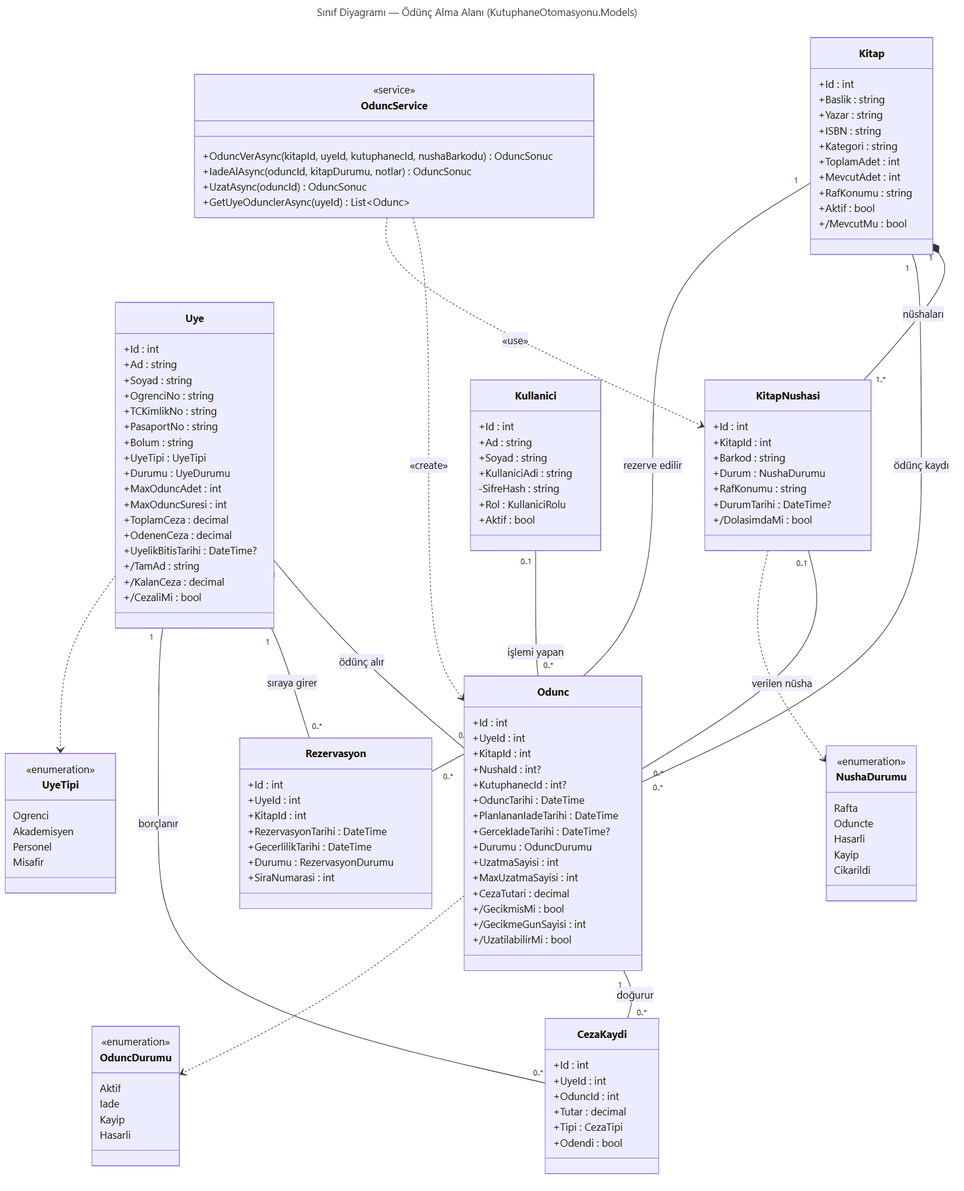
The Mermaid diagram docs/uml/1-sinif-diyagrami.png in sudenurozturkk/KutuphaneOtomasyonu, before a commit. Its source is kept beside it as docs/uml/1-sinif-diyagrami.mmd.
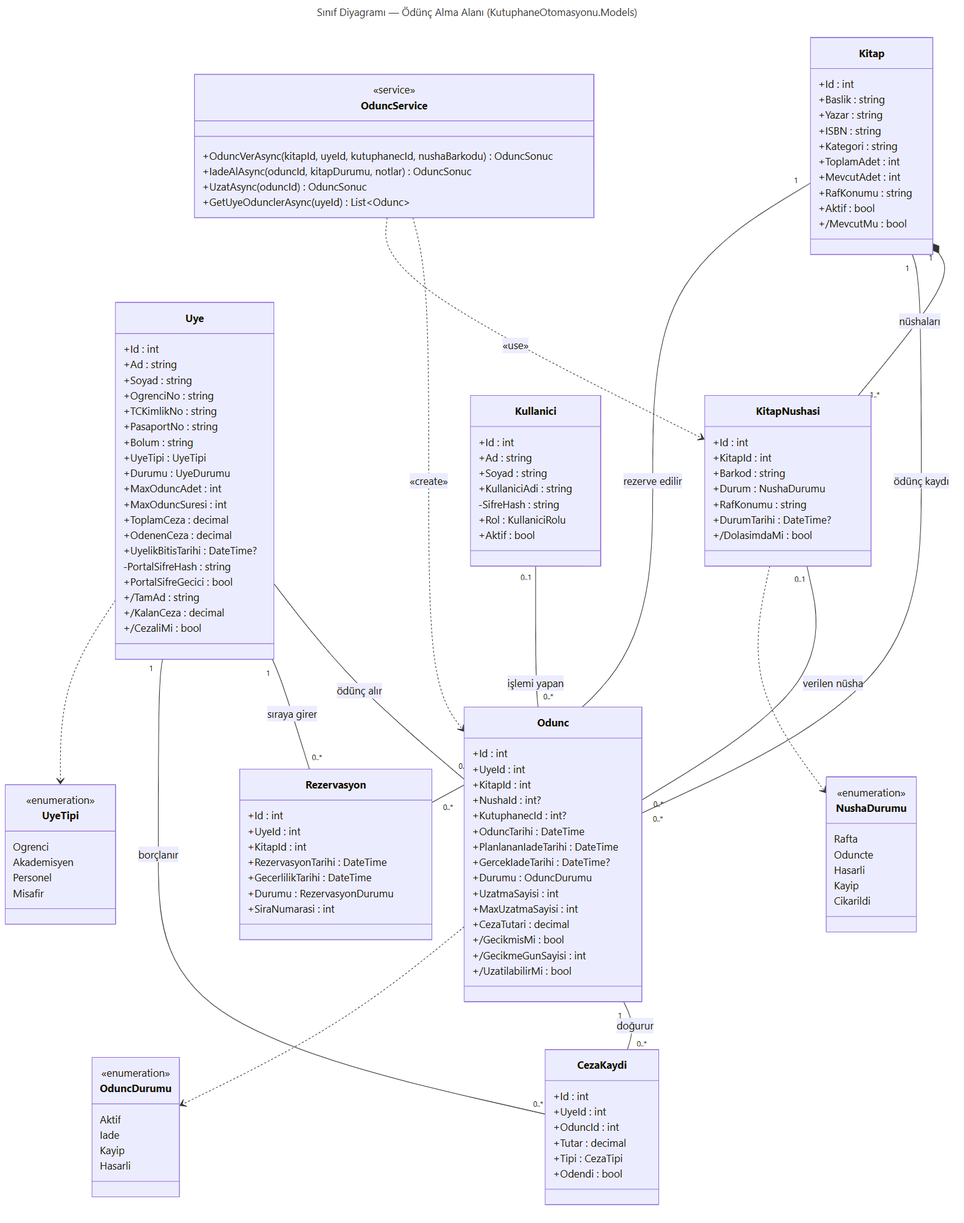
After the commit.

What changed in the source:
```diff
@@ -19,6 +19,8 @@
         +ToplamCeza : decimal
         +OdenenCeza : decimal
         +UyelikBitisTarihi : DateTime?
+        -PortalSifreHash : string
+        +PortalSifreGecici : bool
         +/TamAd : string
         +/KalanCeza : decimal
         +/CezaliMi : bool
```
